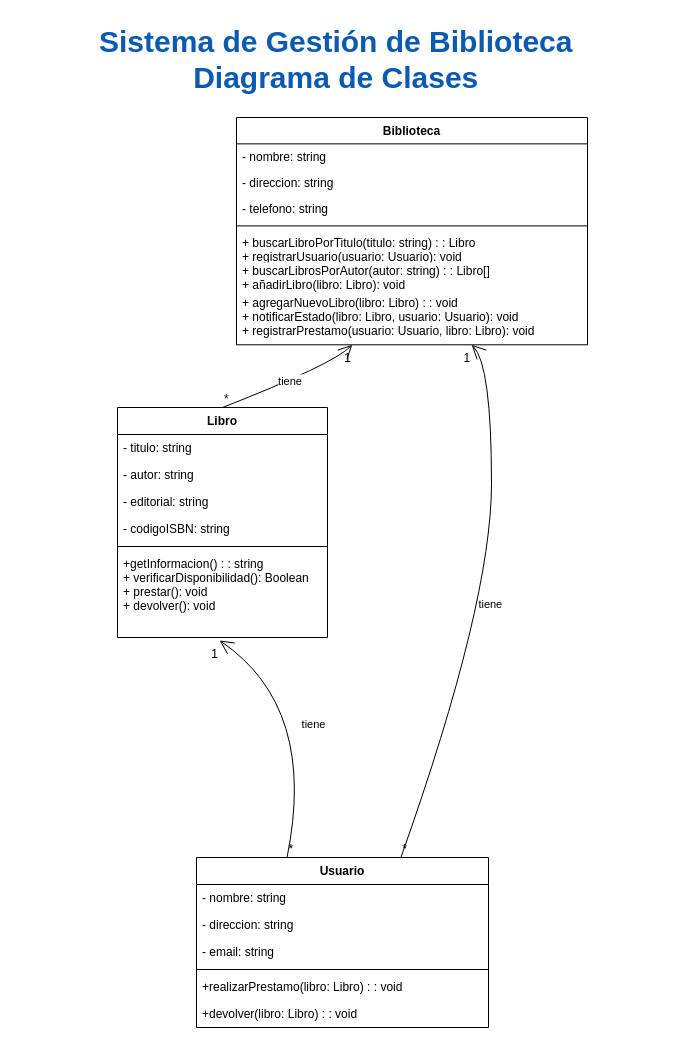
The draw.io diagram page "Clases" (3 of 5) of Biblioteca.drawio in jeacevedo92/Diagramas-Arquitectura, before the edit. Source tidied: cells renumbered, new cells numbered last; positions are measured from the earlier drawing's top-left corner, leaving out a move shared by most shapes. Both pictures are drawn from the tidied source at 100%, with x=0, y=0 at pixel (97, 17).
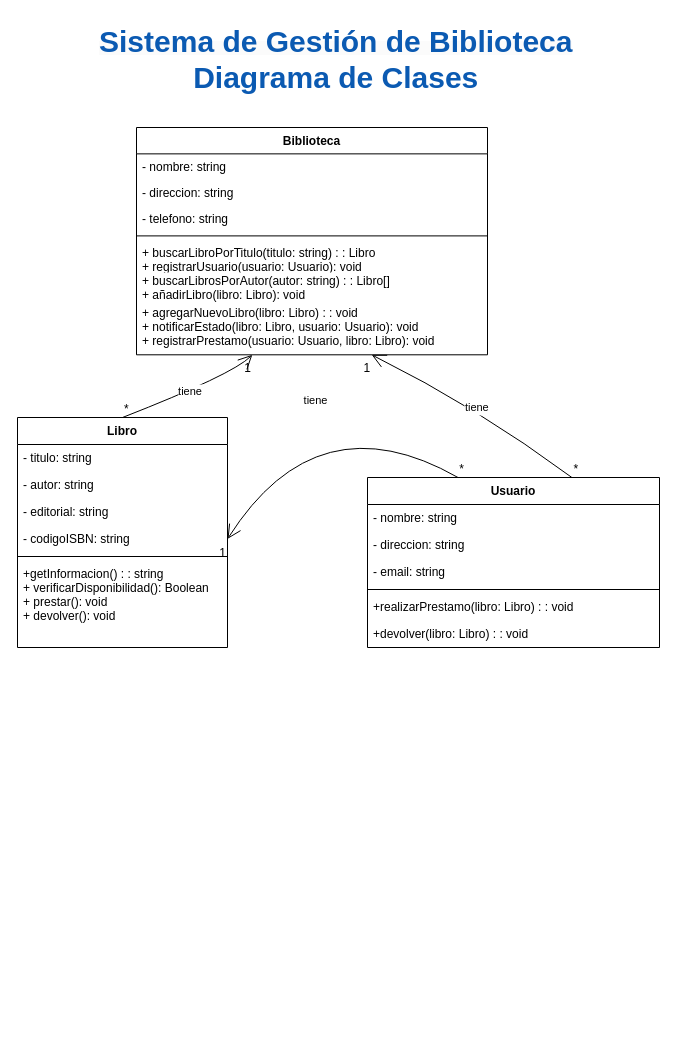
The same page after the edit.

The change refers to these unchanged cells:
```xml
<mxCell id="6" value="- codigoISBN: string" style="text;strokeColor=none;fillColor=none;align=left;verticalAlign=top;spacingLeft=4;spacingRight=4;overflow=hidden;points=[[0,0.5],[1,0.5]];portConstraint=eastwest;" parent="2" vertex="1">
  <mxGeometry y="108" width="210" height="27" as="geometry" />
</mxCell>
<mxCell id="8" value="+getInformacion() : : string&#10;+ verificarDisponibilidad(): Boolean&#10;+ prestar(): void &#10;+ devolver(): void &#10;" style="text;strokeColor=none;fillColor=none;align=left;verticalAlign=top;spacingLeft=4;spacingRight=4;overflow=hidden;points=[[0,0.5],[1,0.5]];portConstraint=eastwest;" parent="2" vertex="1">
  <mxGeometry y="143" width="210" height="87" as="geometry" />
</mxCell>
```

Diff of the diagram source:
```diff
@@
     <mxCell id="2" value="Libro" style="swimlane;fontStyle=1;align=center;verticalAlign=top;horizontal=1;startSize=27;" parent="1" vertex="1">
-      <mxGeometry x="20" y="390" width="210" height="230" as="geometry" />
+      <mxGeometry x="-80" y="400" width="210" height="230" as="geometry" />
     </mxCell>
@@
     <mxCell id="9" value="Usuario" style="swimlane;fontStyle=1;align=center;verticalAlign=top;horizontal=1;startSize=27;" parent="1" vertex="1">
-      <mxGeometry x="99" y="840" width="292" height="170" as="geometry" />
+      <mxGeometry x="270" y="460" width="292" height="170" as="geometry" />
     </mxCell>
@@
     <mxCell id="16" value="Biblioteca" style="swimlane;fontStyle=1;align=center;verticalAlign=top;horizontal=1;startSize=26.357142857142858;" parent="1" vertex="1">
-      <mxGeometry x="139" y="100" width="351" height="227.3" as="geometry" />
+      <mxGeometry x="39" y="110" width="351" height="227.3" as="geometry" />
     </mxCell>
@@
-    <mxCell id="24" value="tiene" style="curved=1;startArrow=open;startSize=12;endArrow=none;entryX=0.31;entryY=0;exitX=0.486;exitY=1.034;exitDx=0;exitDy=0;exitPerimeter=0;" parent="1" edge="1" source="8" target="9">
+    <mxCell id="24" value="tiene" style="curved=1;startArrow=open;startSize=12;endArrow=none;entryX=0.31;entryY=0;exitX=1;exitY=0.5;exitDx=0;exitDy=0;" parent="1" edge="1" source="6" target="9">
       <mxGeometry relative="1" as="geometry">
         <Array as="points">
-          <mxPoint x="220" y="690" />
+          <mxPoint x="220" y="380" />
         </Array>
       </mxGeometry>
     </mxCell>
@@
     <mxCell id="27" value="tiene" style="curved=1;startArrow=open;startSize=12;endArrow=none;exitX=0.33;exitY=1;entryX=0.5;entryY=0;" parent="1" edge="1" source="16" target="2">
       <mxGeometry relative="1" as="geometry">
         <Array as="points">
-          <mxPoint x="235" y="347" />
+          <mxPoint x="135" y="357" />
         </Array>
       </mxGeometry>
     </mxCell>
@@
     <mxCell id="30" value="tiene" style="curved=1;startArrow=open;startSize=12;endArrow=none;exitX=0.67;exitY=1;entryX=0.7;entryY=0;" parent="1" edge="1" source="16" target="9">
       <mxGeometry relative="1" as="geometry">
         <Array as="points">
-          <mxPoint x="394" y="347" />
-          <mxPoint x="394" y="585" />
+          <mxPoint x="380" y="390" />
         </Array>
       </mxGeometry>
     </mxCell>
```
